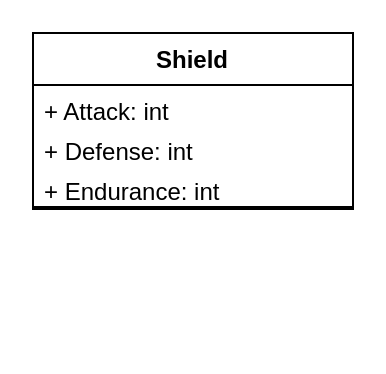
Above: Assets/UML-diagrams/Shield.drawio in ProgramacionII-Equipo3/PII_RoleplayGame_1_Start (draw.io), before the change. Source tidied: cells renumbered, new cells numbered last; positions are measured from the earlier drawing's top-left corner, leaving out a move shared by most shapes. Both pictures are drawn from the tidied source at 200%, with x=0, y=0 at pixel (32, 32).
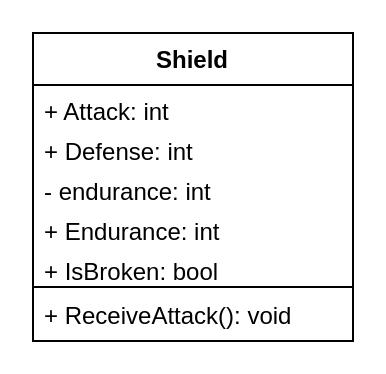
Above is the later version.

Change to the diagram source:
```diff
@@
 <mxGraphModel>
   <root>
     <mxCell id="0" />
     <mxCell id="1" parent="0" />
     <mxCell id="2" value="Shield" style="swimlane;fontStyle=1;align=center;verticalAlign=top;horizontal=1;startSize=26;" parent="1" vertex="1">
-      <mxGeometry width="160" height="88" as="geometry" />
+      <mxGeometry width="160" height="154" as="geometry" />
     </mxCell>
     <mxCell id="3" value="+ Attack: int" style="text;strokeColor=none;fillColor=none;align=left;verticalAlign=top;spacingLeft=4;spacingRight=4;overflow=hidden;" parent="2" vertex="1">
       <mxGeometry y="26" width="160" height="20" as="geometry" />
     </mxCell>
     <mxCell id="4" value="+ Defense: int" style="text;strokeColor=none;fillColor=none;align=left;verticalAlign=top;spacingLeft=4;spacingRight=4;overflow=hidden;" parent="2" vertex="1">
       <mxGeometry y="46" width="160" height="20" as="geometry" />
     </mxCell>
+    <mxCell id="7" value="- endurance: int" style="text;strokeColor=none;fillColor=none;align=left;verticalAlign=top;spacingLeft=4;spacingRight=4;overflow=hidden;" parent="2" vertex="1">
+      <mxGeometry y="66" width="160" height="20" as="geometry" />
+    </mxCell>
     <mxCell id="5" value="+ Endurance: int" style="text;strokeColor=none;fillColor=none;align=left;verticalAlign=top;spacingLeft=4;spacingRight=4;overflow=hidden;" parent="2" vertex="1">
-      <mxGeometry y="66" width="160" height="20" as="geometry" />
+      <mxGeometry y="86" width="160" height="20" as="geometry" />
     </mxCell>
+    <mxCell id="8" value="+ IsBroken: bool" style="text;strokeColor=none;fillColor=none;align=left;verticalAlign=top;spacingLeft=4;spacingRight=4;overflow=hidden;" parent="2" vertex="1">
+      <mxGeometry y="106" width="160" height="20" as="geometry" />
+    </mxCell>
     <mxCell id="6" style="line;strokeWidth=1;fillColor=none;align=left;verticalAlign=middle;spacingTop=-1;spacingLeft=3;spacingRight=3;labelPosition=right;" parent="2" vertex="1">
-      <mxGeometry y="86" width="160" height="2" as="geometry" />
+      <mxGeometry y="126" width="160" height="2" as="geometry" />
     </mxCell>
+    <mxCell id="9" value="+ ReceiveAttack(): void" style="text;strokeColor=none;fillColor=none;align=left;verticalAlign=top;spacingLeft=4;spacingRight=4;overflow=hidden;" parent="2" vertex="1">
+      <mxGeometry y="128" width="160" height="26" as="geometry" />
+    </mxCell>
   </root>
 </mxGraphModel>
```
